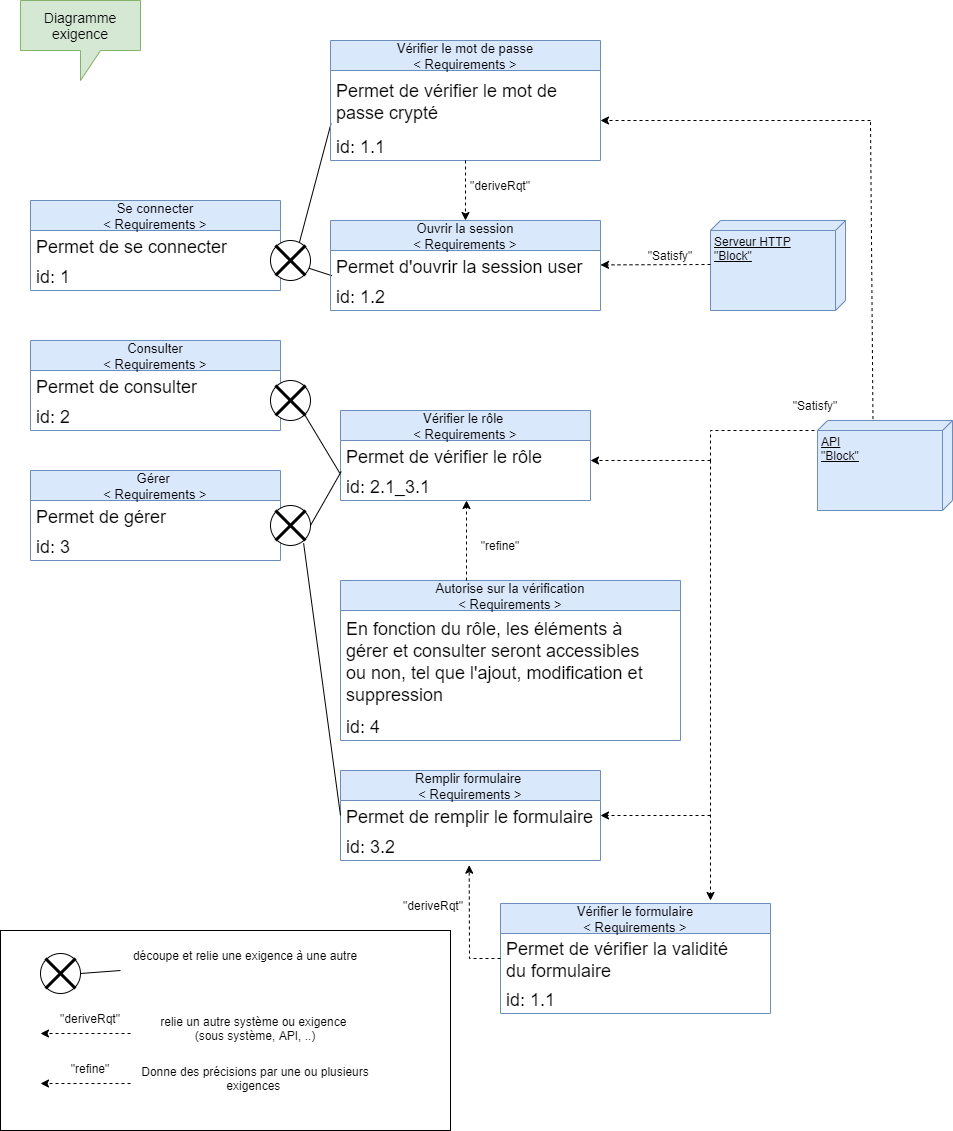
Before: Diagrammes/Exigence.png, a diagram exported from draw.io (KadenHD/DragNReceive_General). Source tidied: cells renumbered, new cells last; positions are measured from the earlier drawing's top-left corner, leaving out a move shared by most shapes.
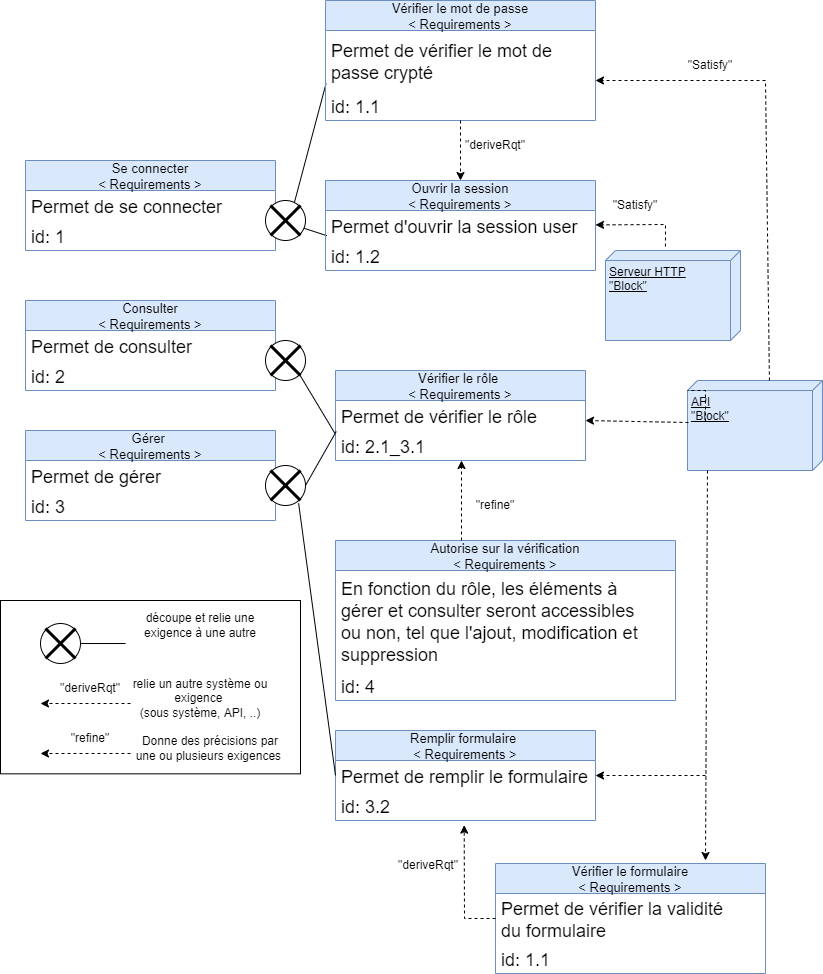
After the commit.

The edit, as a diff of the source:
```diff
@@ -19,12 +19,12 @@
     <mxCell id="6" style="rounded=0;whiteSpace=wrap;html=1;" parent="1" vertex="1">
-      <mxGeometry y="930" width="450" height="200" as="geometry" />
+      <mxGeometry x="5" y="640" width="300" height="173.3" as="geometry" />
     </mxCell>
     <mxCell id="7" style="ellipse;whiteSpace=wrap;html=1;" parent="1" vertex="1">
-      <mxGeometry x="40" y="953" width="40" height="40" as="geometry" />
+      <mxGeometry x="45" y="663" width="40" height="40" as="geometry" />
     </mxCell>
     <mxCell id="8" style="shape=umlDestroy;whiteSpace=wrap;html=1;strokeWidth=3;" parent="1" vertex="1">
-      <mxGeometry x="45" y="958" width="30" height="30" as="geometry" />
+      <mxGeometry x="50" y="668" width="30" height="30" as="geometry" />
     </mxCell>
     <mxCell id="9" value="découpe et relie une exigence à une autre" style="text;html=1;strokeColor=none;fillColor=none;align=center;verticalAlign=middle;whiteSpace=wrap;rounded=0;" parent="1" vertex="1">
-      <mxGeometry x="120" y="940" width="250" height="30" as="geometry" />
+      <mxGeometry x="125" y="650" width="160" height="30" as="geometry" />
     </mxCell>
@@ -32,4 +32,4 @@
       <mxGeometry relative="1" as="geometry">
-        <mxPoint x="130" y="1033" as="sourcePoint" />
-        <mxPoint x="40" y="1033" as="targetPoint" />
+        <mxPoint x="135" y="743" as="sourcePoint" />
+        <mxPoint x="45" y="743" as="targetPoint" />
       </mxGeometry>
@@ -37,6 +37,6 @@
     <mxCell id="11" value="relie un autre système ou exigence&amp;nbsp;&lt;br&gt;(sous système, API, ..)&lt;span style=&quot;color: rgba(0 , 0 , 0 , 0) ; font-family: monospace ; font-size: 0px&quot;&gt;%3CmxGraphModel%3E%3Croot%3E%3CmxCell%20id%3D%220%22%2F%3E%3CmxCell%20id%3D%221%22%20parent%3D%220%22%2F%3E%3CmxCell%20id%3D%222%22%20value%3D%22d%C3%A9coupe%20et%20relie%20une%20exigence%20%C3%A0%20une%20autre%22%20style%3D%22text%3Bhtml%3D1%3BstrokeColor%3Dnone%3BfillColor%3Dnone%3Balign%3Dcenter%3BverticalAlign%3Dmiddle%3BwhiteSpace%3Dwrap%3Brounded%3D0%3B%22%20vertex%3D%221%22%20parent%3D%221%22%3E%3CmxGeometry%20x%3D%22840%22%20y%3D%22575%22%20width%3D%22250%22%20height%3D%2230%22%20as%3D%22geometry%22%2F%3E%3C%2FmxCell%3E%3C%2Froot%3E%3C%2FmxGraphModel%3E&lt;/span&gt;" style="text;html=1;strokeColor=none;fillColor=none;align=center;verticalAlign=middle;whiteSpace=wrap;rounded=0;" parent="1" vertex="1">
-      <mxGeometry x="130" y="1013" width="250" height="30" as="geometry" />
+      <mxGeometry x="135" y="723" width="140" height="30" as="geometry" />
     </mxCell>
     <mxCell id="12" value="Donne des précisions par une ou plusieurs exigences&amp;nbsp;&lt;span style=&quot;color: rgba(0 , 0 , 0 , 0) ; font-family: monospace ; font-size: 0px&quot;&gt;%3CmxGraphModel%3E%3Croot%3E%3CmxCell%20id%3D%220%22%2F%3E%3CmxCell%20id%3D%221%22%20parent%3D%220%22%2F%3E%3CmxCell%20id%3D%222%22%20value%3D%22d%C3%A9coupe%20et%20relie%20une%20exigence%20%C3%A0%20une%20autre%22%20style%3D%22text%3Bhtml%3D1%3BstrokeColor%3Dnone%3BfillColor%3Dnone%3Balign%3Dcenter%3BverticalAlign%3Dmiddle%3BwhiteSpace%3Dwrap%3Brounded%3D0%3B%22%20vertex%3D%221%22%20parent%3D%221%22%3E%3CmxGeometry%20x%3D%22840%22%20y%3D%22575%22%20width%3D%22250%22%20height%3D%2230%22%20as%3D%22geometry%22%2F%3E%3C%2FmxCell%3E%3C%2Froot%3E%3C%2FmxGraphModel%3E&lt;/span&gt;" style="text;html=1;strokeColor=none;fillColor=none;align=center;verticalAlign=middle;whiteSpace=wrap;rounded=0;" parent="1" vertex="1">
-      <mxGeometry x="130" y="1063" width="250" height="30" as="geometry" />
+      <mxGeometry x="135" y="773" width="160" height="30" as="geometry" />
     </mxCell>
@@ -44,4 +44,4 @@
       <mxGeometry relative="1" as="geometry">
-        <mxPoint x="130" y="1083" as="sourcePoint" />
-        <mxPoint x="40" y="1083" as="targetPoint" />
+        <mxPoint x="135" y="793" as="sourcePoint" />
+        <mxPoint x="45" y="793" as="targetPoint" />
       </mxGeometry>
@@ -49,10 +49,7 @@
     <mxCell id="14" value="&quot;deriveRqt&quot;&lt;span style=&quot;color: rgba(0 , 0 , 0 , 0) ; font-family: monospace ; font-size: 0px&quot;&gt;%3CmxGraphModel%3E%3Croot%3E%3CmxCell%20id%3D%220%22%2F%3E%3CmxCell%20id%3D%221%22%20parent%3D%220%22%2F%3E%3CmxCell%20id%3D%222%22%20value%3D%22Afficher%26%2310%3B%26quot%3Brequirement%26quot%3B%22%20style%3D%22swimlane%3BfontStyle%3D0%3BchildLayout%3DstackLayout%3Bhorizontal%3D1%3BstartSize%3D30%3BhorizontalStack%3D0%3BresizeParent%3D1%3BresizeParentMax%3D0%3BresizeLast%3D0%3Bcollapsible%3D1%3BmarginBottom%3D0%3B%22%20vertex%3D%221%22%20parent%3D%221%22%3E%3CmxGeometry%20x%3D%22275%22%20y%3D%22200%22%20width%3D%22150%22%20height%3D%2290%22%20as%3D%22geometry%22%2F%3E%3C%2FmxCell%3E%3CmxCell%20id%3D%223%22%20value%3D%22Permet%20l'affichage%20du%20form%22%20style%3D%22text%3BstrokeColor%3Dnone%3BfillColor%3Dnone%3Balign%3Dleft%3BverticalAlign%3Dmiddle%3BspacingLeft%3D4%3BspacingRight%3D4%3Boverflow%3Dhidden%3Bpoints%3D%5B%5B0%2C0.5%5D%2C%5B1%2C0.5%5D%5D%3BportConstraint%3Deastwest%3Brotatable%3D0%3B%22%20vertex%3D%221%22%20parent%3D%222%22%3E%3CmxGeometry%20y%3D%2230%22%20width%3D%22150%22%20height%3D%2230%22%20as%3D%22geometry%22%2F%3E%3C%2FmxCell%3E%3CmxCell%20id%3D%224%22%20value%3D%22id%20%3A%202%22%20style%3D%22text%3BstrokeColor%3Dnone%3BfillColor%3Dnone%3Balign%3Dleft%3BverticalAlign%3Dmiddle%3BspacingLeft%3D4%3BspacingRight%3D4%3Boverflow%3Dhidden%3Bpoints%3D%5B%5B0%2C0.5%5D%2C%5B1%2C0.5%5D%5D%3BportConstraint%3Deastwest%3Brotatable%3D0%3B%22%20vertex%3D%221%22%20parent%3D%222%22%3E%3CmxGeometry%20y%3D%2260%22%20width%3D%22150%22%20height%3D%2230%22%20as%3D%22geometry%22%2F%3E%3C%2FmxCell%3E%3C%2Froot%3E%3C%2FmxGraphModel%3E&lt;/span&gt;&lt;span style=&quot;color: rgba(0 , 0 , 0 , 0) ; font-family: monospace ; font-size: 0px&quot;&gt;%3CmxGraphModel%3E%3Croot%3E%3CmxCell%20id%3D%220%22%2F%3E%3CmxCell%20id%3D%221%22%20parent%3D%220%22%2F%3E%3CmxCell%20id%3D%222%22%20value%3D%22Afficher%26%2310%3B%26quot%3Brequirement%26quot%3B%22%20style%3D%22swimlane%3BfontStyle%3D0%3BchildLayout%3DstackLayout%3Bhorizontal%3D1%3BstartSize%3D30%3BhorizontalStack%3D0%3BresizeParent%3D1%3BresizeParentMax%3D0%3BresizeLast%3D0%3Bcollapsible%3D1%3BmarginBottom%3D0%3B%22%20vertex%3D%221%22%20parent%3D%221%22%3E%3CmxGeometry%20x%3D%22275%22%20y%3D%22200%22%20width%3D%22150%22%20height%3D%2290%22%20as%3D%22geometry%22%2F%3E%3C%2FmxCell%3E%3CmxCell%20id%3D%223%22%20value%3D%22Permet%20l'affichage%20du%20form%22%20style%3D%22text%3BstrokeColor%3Dnone%3BfillColor%3Dnone%3Balign%3Dleft%3BverticalAlign%3Dmiddle%3BspacingLeft%3D4%3BspacingRight%3D4%3Boverflow%3Dhidden%3Bpoints%3D%5B%5B0%2C0.5%5D%2C%5B1%2C0.5%5D%5D%3BportConstraint%3Deastwest%3Brotatable%3D0%3B%22%20vertex%3D%221%22%20parent%3D%222%22%3E%3CmxGeometry%20y%3D%2230%22%20width%3D%22150%22%20height%3D%2230%22%20as%3D%22geometry%22%2F%3E%3C%2FmxCell%3E%3CmxCell%20id%3D%224%22%20value%3D%22id%20%3A%202%22%20style%3D%22text%3BstrokeColor%3Dnone%3BfillColor%3Dnone%3Balign%3Dleft%3BverticalAlign%3Dmiddle%3BspacingLeft%3D4%3BspacingRight%3D4%3Boverflow%3Dhidden%3Bpoints%3D%5B%5B0%2C0.5%5D%2C%5B1%2C0.5%5D%5D%3BportConstraint%3Deastwest%3Brotatable%3D0%3B%22%20vertex%3D%221%22%20parent%3D%222%22%3E%3CmxGeometry%20y%3D%2260%22%20width%3D%22150%22%20height%3D%2230%22%20as%3D%22geometry%22%2F%3E%3C%2FmxCell%3E%3C%2Froot%3E%3C%2FmxGraphModel%3E&lt;/span&gt;&lt;span style=&quot;color: rgba(0 , 0 , 0 , 0) ; font-family: monospace ; font-size: 0px&quot;&gt;%3CmxGraphModel%3E%3Croot%3E%3CmxCell%20id%3D%220%22%2F%3E%3CmxCell%20id%3D%221%22%20parent%3D%220%22%2F%3E%3CmxCell%20id%3D%222%22%20value%3D%22Afficher%26%2310%3B%26quot%3Brequirement%26quot%3B%22%20style%3D%22swimlane%3BfontStyle%3D0%3BchildLayout%3DstackLayout%3Bhorizontal%3D1%3BstartSize%3D30%3BhorizontalStack%3D0%3BresizeParent%3D1%3BresizeParentMax%3D0%3BresizeLast%3D0%3Bcollapsible%3D1%3BmarginBottom%3D0%3B%22%20vertex%3D%221%22%20parent%3D%221%22%3E%3CmxGeometry%20x%3D%22275%22%20y%3D%22200%22%20width%3D%22150%22%20height%3D%2290%22%20as%3D%22geometry%22%2F%3E%3C%2FmxCell%3E%3CmxCell%20id%3D%223%22%20value%3D%22Permet%20l'affichage%20du%20form%22%20style%3D%22text%3BstrokeColor%3Dnone%3BfillColor%3Dnone%3Balign%3Dleft%3BverticalAlign%3Dmiddle%3BspacingLeft%3D4%3BspacingRight%3D4%3Boverflow%3Dhidden%3Bpoints%3D%5B%5B0%2C0.5%5D%2C%5B1%2C0.5%5D%5D%3BportConstraint%3Deastwest%3Brotatable%3D0%3B%22%20vertex%3D%221%22%20parent%3D%222%22%3E%3CmxGeometry%20y%3D%2230%22%20width%3D%22150%22%20height%3D%2230%22%20as%3D%22geometry%22%2F%3E%3C%2FmxCell%3E%3CmxCell%20id%3D%224%22%20value%3D%22id%20%3A%202%22%20style%3D%22text%3BstrokeColor%3Dnone%3BfillColor%3Dnone%3Balign%3Dleft%3BverticalAlign%3Dmiddle%3BspacingLeft%3D4%3BspacingRight%3D4%3Boverflow%3Dhidden%3Bpoints%3D%5B%5B0%2C0.5%5D%2C%5B1%2C0.5%5D%5D%3BportConstraint%3Deastwest%3Brotatable%3D0%3B%22%20vertex%3D%221%22%20parent%3D%222%22%3E%3CmxGeometry%20y%3D%2260%22%20width%3D%22150%22%20height%3D%2230%22%20as%3D%22geometry%22%2F%3E%3C%2FmxCell%3E%3C%2Froot%3E%3C%2FmxGraphModel%3E&lt;/span&gt;" style="text;html=1;strokeColor=none;fillColor=none;align=center;verticalAlign=middle;whiteSpace=wrap;rounded=0;" parent="1" vertex="1">
-      <mxGeometry x="60" y="1003" width="60" height="30" as="geometry" />
+      <mxGeometry x="65" y="713" width="60" height="30" as="geometry" />
     </mxCell>
     <mxCell id="15" value="&quot;refine&quot;&lt;span style=&quot;color: rgba(0 , 0 , 0 , 0) ; font-family: monospace ; font-size: 0px&quot;&gt;%3CmxGraphModel%3E%3Croot%3E%3CmxCell%20id%3D%220%22%2F%3E%3CmxCell%20id%3D%221%22%20parent%3D%220%22%2F%3E%3CmxCell%20id%3D%222%22%20value%3D%22Afficher%26%2310%3B%26quot%3Brequirement%26quot%3B%22%20style%3D%22swimlane%3BfontStyle%3D0%3BchildLayout%3DstackLayout%3Bhorizontal%3D1%3BstartSize%3D30%3BhorizontalStack%3D0%3BresizeParent%3D1%3BresizeParentMax%3D0%3BresizeLast%3D0%3Bcollapsible%3D1%3BmarginBottom%3D0%3B%22%20vertex%3D%221%22%20parent%3D%221%22%3E%3CmxGeometry%20x%3D%22275%22%20y%3D%22200%22%20width%3D%22150%22%20height%3D%2290%22%20as%3D%22geometry%22%2F%3E%3C%2FmxCell%3E%3CmxCell%20id%3D%223%22%20value%3D%22Permet%20l'affichage%20du%20form%22%20style%3D%22text%3BstrokeColor%3Dnone%3BfillColor%3Dnone%3Balign%3Dleft%3BverticalAlign%3Dmiddle%3BspacingLeft%3D4%3BspacingRight%3D4%3Boverflow%3Dhidden%3Bpoints%3D%5B%5B0%2C0.5%5D%2C%5B1%2C0.5%5D%5D%3BportConstraint%3Deastwest%3Brotatable%3D0%3B%22%20vertex%3D%221%22%20parent%3D%222%22%3E%3CmxGeometry%20y%3D%2230%22%20width%3D%22150%22%20height%3D%2230%22%20as%3D%22geometry%22%2F%3E%3C%2FmxCell%3E%3CmxCell%20id%3D%224%22%20value%3D%22id%20%3A%202%22%20style%3D%22text%3BstrokeColor%3Dnone%3BfillColor%3Dnone%3Balign%3Dleft%3BverticalAlign%3Dmiddle%3BspacingLeft%3D4%3BspacingRight%3D4%3Boverflow%3Dhidden%3Bpoints%3D%5B%5B0%2C0.5%5D%2C%5B1%2C0.5%5D%5D%3BportConstraint%3Deastwest%3Brotatable%3D0%3B%22%20vertex%3D%221%22%20parent%3D%222%22%3E%3CmxGeometry%20y%3D%2260%22%20width%3D%22150%22%20height%3D%2230%22%20as%3D%22geometry%22%2F%3E%3C%2FmxCell%3E%3C%2Froot%3E%3C%2FmxGraphModel%3E&lt;/span&gt;&lt;span style=&quot;color: rgba(0 , 0 , 0 , 0) ; font-family: monospace ; font-size: 0px&quot;&gt;%3CmxGraphModel%3E%3Croot%3E%3CmxCell%20id%3D%220%22%2F%3E%3CmxCell%20id%3D%221%22%20parent%3D%220%22%2F%3E%3CmxCell%20id%3D%222%22%20value%3D%22Afficher%26%2310%3B%26quot%3Brequirement%26quot%3B%22%20style%3D%22swimlane%3BfontStyle%3D0%3BchildLayout%3DstackLayout%3Bhorizontal%3D1%3BstartSize%3D30%3BhorizontalStack%3D0%3BresizeParent%3D1%3BresizeParentMax%3D0%3BresizeLast%3D0%3Bcollapsible%3D1%3BmarginBottom%3D0%3B%22%20vertex%3D%221%22%20parent%3D%221%22%3E%3CmxGeometry%20x%3D%22275%22%20y%3D%22200%22%20width%3D%22150%22%20height%3D%2290%22%20as%3D%22geometry%22%2F%3E%3C%2FmxCell%3E%3CmxCell%20id%3D%223%22%20value%3D%22Permet%20l'affichage%20du%20form%22%20style%3D%22text%3BstrokeColor%3Dnone%3BfillColor%3Dnone%3Balign%3Dleft%3BverticalAlign%3Dmiddle%3BspacingLeft%3D4%3BspacingRight%3D4%3Boverflow%3Dhidden%3Bpoints%3D%5B%5B0%2C0.5%5D%2C%5B1%2C0.5%5D%5D%3BportConstraint%3Deastwest%3Brotatable%3D0%3B%22%20vertex%3D%221%22%20parent%3D%222%22%3E%3CmxGeometry%20y%3D%2230%22%20width%3D%22150%22%20height%3D%2230%22%20as%3D%22geometry%22%2F%3E%3C%2FmxCell%3E%3CmxCell%20id%3D%224%22%20value%3D%22id%20%3A%202%22%20style%3D%22text%3BstrokeColor%3Dnone%3BfillColor%3Dnone%3Balign%3Dleft%3BverticalAlign%3Dmiddle%3BspacingLeft%3D4%3BspacingRight%3D4%3Boverflow%3Dhidden%3Bpoints%3D%5B%5B0%2C0.5%5D%2C%5B1%2C0.5%5D%5D%3BportConstraint%3Deastwest%3Brotatable%3D0%3B%22%20vertex%3D%221%22%20parent%3D%222%22%3E%3CmxGeometry%20y%3D%2260%22%20width%3D%22150%22%20height%3D%2230%22%20as%3D%22geometry%22%2F%3E%3C%2FmxCell%3E%3C%2Froot%3E%3C%2FmxGraphModel%3E&lt;/span&gt;&lt;span style=&quot;color: rgba(0 , 0 , 0 , 0) ; font-family: monospace ; font-size: 0px&quot;&gt;%3CmxGraphModel%3E%3Croot%3E%3CmxCell%20id%3D%220%22%2F%3E%3CmxCell%20id%3D%221%22%20parent%3D%220%22%2F%3E%3CmxCell%20id%3D%222%22%20value%3D%22Afficher%26%2310%3B%26quot%3Brequirement%26quot%3B%22%20style%3D%22swimlane%3BfontStyle%3D0%3BchildLayout%3DstackLayout%3Bhorizontal%3D1%3BstartSize%3D30%3BhorizontalStack%3D0%3BresizeParent%3D1%3BresizeParentMax%3D0%3BresizeLast%3D0%3Bcollapsible%3D1%3BmarginBottom%3D0%3B%22%20vertex%3D%221%22%20parent%3D%221%22%3E%3CmxGeometry%20x%3D%22275%22%20y%3D%22200%22%20width%3D%22150%22%20height%3D%2290%22%20as%3D%22geometry%22%2F%3E%3C%2FmxCell%3E%3CmxCell%20id%3D%223%22%20value%3D%22Permet%20l'affichage%20du%20form%22%20style%3D%22text%3BstrokeColor%3Dnone%3BfillColor%3Dnone%3Balign%3Dleft%3BverticalAlign%3Dmiddle%3BspacingLeft%3D4%3BspacingRight%3D4%3Boverflow%3Dhidden%3Bpoints%3D%5B%5B0%2C0.5%5D%2C%5B1%2C0.5%5D%5D%3BportConstraint%3Deastwest%3Brotatable%3D0%3B%22%20vertex%3D%221%22%20parent%3D%222%22%3E%3CmxGeometry%20y%3D%2230%22%20width%3D%22150%22%20height%3D%2230%22%20as%3D%22geometry%22%2F%3E%3C%2FmxCell%3E%3CmxCell%20id%3D%224%22%20value%3D%22id%20%3A%202%22%20style%3D%22text%3BstrokeColor%3Dnone%3BfillColor%3Dnone%3Balign%3Dleft%3BverticalAlign%3Dmiddle%3BspacingLeft%3D4%3BspacingRight%3D4%3Boverflow%3Dhidden%3Bpoints%3D%5B%5B0%2C0.5%5D%2C%5B1%2C0.5%5D%5D%3BportConstraint%3Deastwest%3Brotatable%3D0%3B%22%20vertex%3D%221%22%20parent%3D%222%22%3E%3CmxGeometry%20y%3D%2260%22%20width%3D%22150%22%20height%3D%2230%22%20as%3D%22geometry%22%2F%3E%3C%2FmxCell%3E%3C%2Froot%3E%3C%2FmxGraphModel%3E&lt;/span&gt;" style="text;html=1;strokeColor=none;fillColor=none;align=center;verticalAlign=middle;whiteSpace=wrap;rounded=0;" parent="1" vertex="1">
-      <mxGeometry x="60" y="1053" width="60" height="30" as="geometry" />
+      <mxGeometry x="65" y="763" width="60" height="30" as="geometry" />
     </mxCell>
-    <mxCell id="16" value="Diagramme exigence" style="shape=callout;whiteSpace=wrap;html=1;perimeter=calloutPerimeter;rounded=0;fontSize=14;strokeWidth=1;verticalAlign=middle;fillColor=#d5e8d4;strokeColor=#82b366;" parent="1" vertex="1">
-      <mxGeometry x="20" width="120" height="80" as="geometry" />
-    </mxCell>
     <mxCell id="17" value="Vérifier le mot de passe&#10;&lt; Requirements &gt;" style="swimlane;fontStyle=0;horizontal=1;startSize=30;fontSize=13;direction=east;rounded=0;strokeWidth=1;perimeterSpacing=0;swimlaneFillColor=none;spacing=4;fillColor=#dae8fc;strokeColor=#6c8ebf;" parent="1" vertex="1">
@@ -83,3 +80,3 @@
       <mxGeometry relative="1" as="geometry">
-        <mxPoint x="870" y="120" as="sourcePoint" />
+        <mxPoint x="770" y="120" as="sourcePoint" />
         <mxPoint x="600" y="120" as="targetPoint" />
@@ -88,3 +85,3 @@
     <mxCell id="25" value="&quot;Satisfy&quot;" style="text;html=1;strokeColor=none;fillColor=none;align=center;verticalAlign=middle;whiteSpace=wrap;rounded=0;" parent="1" vertex="1">
-      <mxGeometry x="785" y="390" width="60" height="30" as="geometry" />
+      <mxGeometry x="685" y="90" width="60" height="30" as="geometry" />
     </mxCell>
@@ -109,3 +106,3 @@
     <mxCell id="32" value="API&lt;br&gt;&quot;Block&quot;" style="verticalAlign=top;align=left;spacingTop=8;spacingLeft=2;spacingRight=12;shape=cube;size=10;direction=south;fontStyle=4;html=1;fillColor=#dae8fc;strokeColor=#6c8ebf;" parent="1" vertex="1">
-      <mxGeometry x="817" y="420" width="135" height="90" as="geometry" />
+      <mxGeometry x="692" y="420" width="135" height="90" as="geometry" />
     </mxCell>
@@ -152,5 +149,4 @@
     </mxCell>
-    <mxCell id="46" style="edgeStyle=none;rounded=0;orthogonalLoop=1;jettySize=auto;html=1;dashed=1;entryX=0;entryY=0.5;entryDx=0;entryDy=0;" parent="1" edge="1">
+    <mxCell id="46" style="edgeStyle=none;rounded=0;jettySize=auto;html=1;dashed=1;entryX=0;entryY=0.5;entryDx=0;entryDy=0;exitX=0.467;exitY=0.993;exitDx=0;exitDy=0;exitPerimeter=0;" parent="1" edge="1" source="32">
       <mxGeometry relative="1" as="geometry">
-        <mxPoint x="710" y="460" as="sourcePoint" />
         <mxPoint x="590" y="460" as="targetPoint" />
@@ -158,4 +154,6 @@
     </mxCell>
-    <mxCell id="47" style="endArrow=none;html=1;rounded=0;fontSize=13;horizontal=1;verticalAlign=middle;exitX=1;exitY=0.5;exitDx=0;exitDy=0;entryX=0;entryY=1;entryDx=0;entryDy=0;" parent="1" edge="1" source="7" target="9">
-      <mxGeometry relative="1" as="geometry" />
+    <mxCell id="47" style="endArrow=none;html=1;rounded=0;fontSize=13;horizontal=1;verticalAlign=middle;exitX=1;exitY=0.5;exitDx=0;exitDy=0;" parent="1" edge="1" source="7">
+      <mxGeometry relative="1" as="geometry">
+        <mxPoint x="130" y="683" as="targetPoint" />
+      </mxGeometry>
     </mxCell>
@@ -210,5 +208,4 @@
     </mxCell>
-    <mxCell id="62" style="edgeStyle=none;rounded=0;orthogonalLoop=1;jettySize=auto;html=1;dashed=1;" parent="1" edge="1">
+    <mxCell id="62" style="edgeStyle=none;rounded=0;jettySize=auto;html=1;dashed=1;exitX=1;exitY=0.852;exitDx=0;exitDy=0;exitPerimeter=0;" parent="1" edge="1" source="32">
       <mxGeometry relative="1" as="geometry">
-        <mxPoint x="710" y="460" as="sourcePoint" />
         <mxPoint x="710" y="900" as="targetPoint" />
@@ -229,5 +226,5 @@
     </mxCell>
-    <mxCell id="65" style="endArrow=none;dashed=1;html=1;rounded=0;exitX=-0.016;exitY=0.589;exitDx=0;exitDy=0;exitPerimeter=0;" parent="1" edge="1" source="32">
+    <mxCell id="65" style="endArrow=none;dashed=1;html=1;rounded=0;exitX=0;exitY=0.393;exitDx=0;exitDy=0;exitPerimeter=0;" parent="1" edge="1" source="32">
       <mxGeometry relative="1" as="geometry">
-        <mxPoint x="870" y="120" as="targetPoint" />
+        <mxPoint x="770" y="120" as="targetPoint" />
       </mxGeometry>
@@ -235,8 +232,10 @@
     <mxCell id="66" value="Serveur HTTP&lt;br&gt;&quot;Block&quot;" style="verticalAlign=top;align=left;spacingTop=8;spacingLeft=2;spacingRight=12;shape=cube;size=10;direction=south;fontStyle=4;html=1;fillColor=#dae8fc;strokeColor=#6c8ebf;" parent="1" vertex="1">
-      <mxGeometry x="710" y="220" width="135" height="90" as="geometry" />
+      <mxGeometry x="610" y="290" width="135" height="90" as="geometry" />
     </mxCell>
-    <mxCell id="67" style="edgeStyle=none;rounded=0;orthogonalLoop=1;jettySize=auto;html=1;dashed=1;entryX=0;entryY=0.5;entryDx=0;entryDy=0;" parent="1" edge="1">
+    <mxCell id="67" style="edgeStyle=none;rounded=0;jettySize=auto;html=1;dashed=1;entryX=0;entryY=0.5;entryDx=0;entryDy=0;exitX=-0.044;exitY=0.556;exitDx=0;exitDy=0;exitPerimeter=0;" parent="1" edge="1" source="66">
       <mxGeometry relative="1" as="geometry">
-        <mxPoint x="710" y="264" as="sourcePoint" />
         <mxPoint x="600" y="264.4" as="targetPoint" />
+        <Array as="points">
+          <mxPoint x="670" y="264" />
+        </Array>
       </mxGeometry>
@@ -244,3 +243,3 @@
     <mxCell id="68" value="&quot;Satisfy&quot;" style="text;html=1;strokeColor=none;fillColor=none;align=center;verticalAlign=middle;whiteSpace=wrap;rounded=0;" parent="1" vertex="1">
-      <mxGeometry x="640" y="240" width="60" height="30" as="geometry" />
+      <mxGeometry x="610" y="230" width="60" height="30" as="geometry" />
     </mxCell>
```
